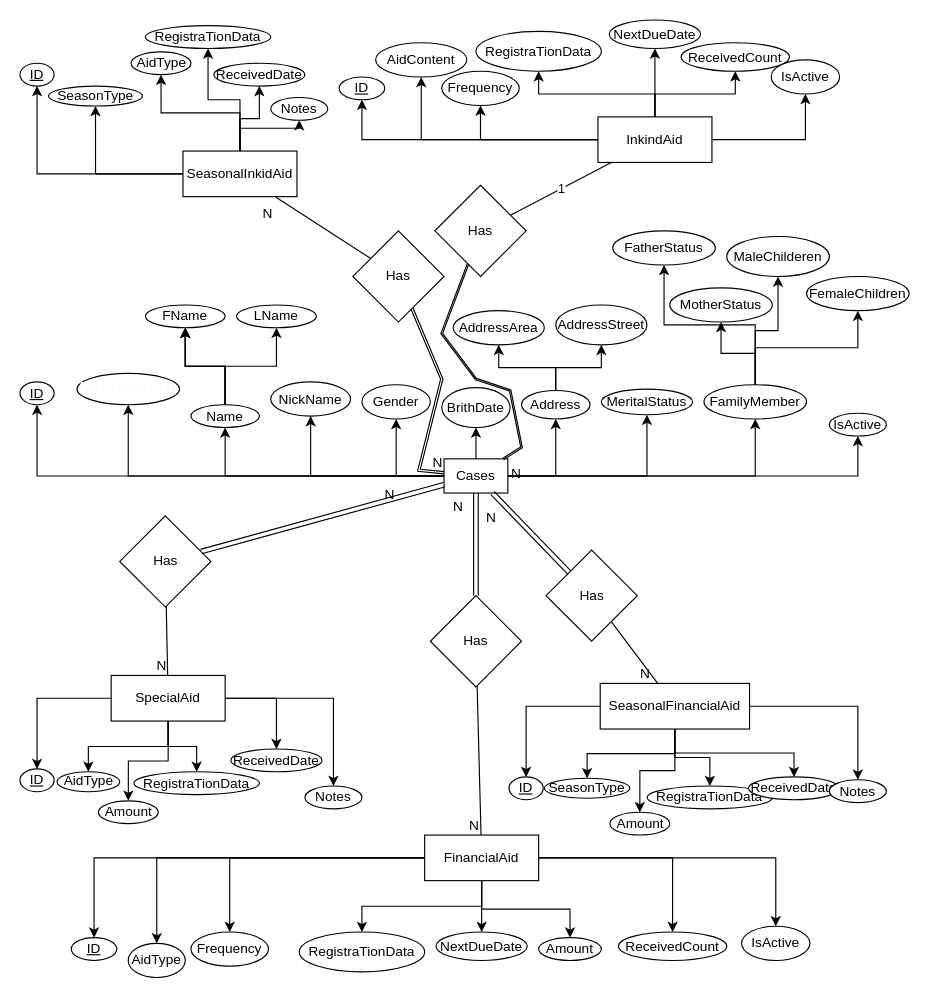
mohamedhany108/Ehsan keeps this draw.io diagram as DataBase/ERD.drawio. Above is the earlier version. Source tidied: cells renumbered, new cells numbered last; positions are measured from the earlier drawing's top-left corner, leaving out a move shared by most shapes. Both pictures are drawn from the tidied source at 114%, with x=0, y=0 at pixel (19, 19).
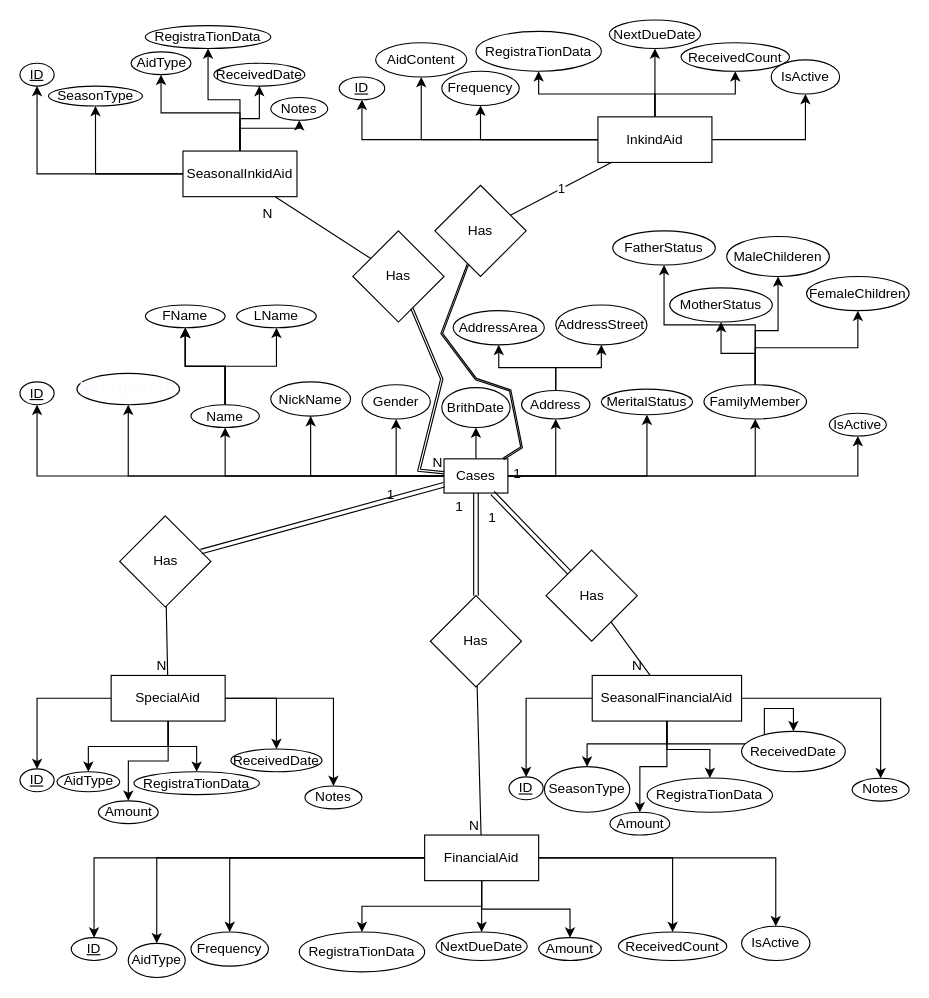
Above is the later version.

Commit message (it also covers changes not shown here):
half ending mapping with Ahmed 2220037

Unchanged cells that the change refers to:
```xml
<mxCell id="59" style="shape=link;html=1;rounded=0;" parent="1" edge="1" source="58" target="12">
  <mxGeometry relative="1" as="geometry" />
</mxCell>
<mxCell id="79" style="shape=link;html=1;rounded=0;width=1.333333333333334;" parent="1" edge="1" source="78" target="12">
  <mxGeometry relative="1" as="geometry">
    <Array as="points">
      <mxPoint x="370" y="275" />
      <mxPoint x="400" y="315" />
      <mxPoint x="430" y="325" />
      <mxPoint x="440" y="375" />
    </Array>
  </mxGeometry>
</mxCell>
<mxCell id="96" style="shape=link;html=1;rounded=0;fontFamily=Helvetica;fontSize=12;fontColor=default;" parent="1" edge="1" source="95" target="12">
  <mxGeometry relative="1" as="geometry" />
</mxCell>
<mxCell id="114" style="shape=link;html=1;rounded=0;fontFamily=Helvetica;fontSize=12;fontColor=default;" parent="1" edge="1" source="113" target="12">
  <mxGeometry relative="1" as="geometry" />
</mxCell>
```

Diff of the diagram source:
```diff
@@
-    <mxCell id="60" value="N" style="html=1;whiteSpace=wrap;align=right;verticalAlign=bottom;" parent="59" vertex="1">
+    <mxCell id="60" value="1" style="html=1;whiteSpace=wrap;align=right;verticalAlign=bottom;" parent="59" vertex="1">
       <mxGeometry x="1" relative="1" as="geometry">
         <mxPoint x="-10" y="20" as="offset" />
       </mxGeometry>
     </mxCell>
@@
-    <mxCell id="80" value="N" style="html=1;whiteSpace=wrap;align=right;verticalAlign=bottom;" parent="79" vertex="1">
+    <mxCell id="80" value="1" style="html=1;whiteSpace=wrap;align=right;verticalAlign=bottom;" parent="79" vertex="1">
       <mxGeometry x="1" relative="1" as="geometry">
         <mxPoint x="17" y="21" as="offset" />
       </mxGeometry>
     </mxCell>
@@
-    <mxCell id="97" value="N" style="html=1;whiteSpace=wrap;align=right;verticalAlign=bottom;rounded=0;strokeColor=default;fontFamily=Helvetica;fontSize=12;fontColor=default;fillColor=default;" parent="96" vertex="1">
+    <mxCell id="97" value="1" style="html=1;whiteSpace=wrap;align=right;verticalAlign=bottom;rounded=0;strokeColor=default;fontFamily=Helvetica;fontSize=12;fontColor=default;fillColor=default;" parent="96" vertex="1">
       <mxGeometry x="1" relative="1" as="geometry">
         <mxPoint x="-42" y="17" as="offset" />
       </mxGeometry>
     </mxCell>
@@
     <mxCell id="106" value="SeasonalFinancialAid" style="whiteSpace=wrap;html=1;align=center;" parent="1" vertex="1">
-      <mxGeometry x="509" y="582" width="131" height="40" as="geometry" />
+      <mxGeometry x="502" y="575" width="131" height="40" as="geometry" />
     </mxCell>
@@
     <mxCell id="108" value="SeasonType" style="ellipse;whiteSpace=wrap;html=1;rounded=0;strokeColor=default;align=center;verticalAlign=middle;fontFamily=Helvetica;fontSize=12;fontColor=default;fillColor=default;" parent="1" vertex="1">
-      <mxGeometry x="460" y="665.2" width="75" height="17.5" as="geometry" />
+      <mxGeometry x="460" y="655" width="75" height="40" as="geometry" />
     </mxCell>
@@
     <mxCell id="110" value="RegistraTionData" style="ellipse;whiteSpace=wrap;html=1;" parent="1" vertex="1">
-      <mxGeometry x="550.2" y="672" width="110" height="20" as="geometry" />
+      <mxGeometry x="550.2" y="665" width="110" height="30" as="geometry" />
     </mxCell>
     <mxCell id="111" value="ReceivedDate" style="ellipse;whiteSpace=wrap;html=1;" parent="1" vertex="1">
-      <mxGeometry x="639" y="664" width="80" height="20" as="geometry" />
+      <mxGeometry x="633" y="624" width="91" height="35.5" as="geometry" />
     </mxCell>
     <mxCell id="112" value="Notes" style="ellipse;whiteSpace=wrap;html=1;" parent="1" vertex="1">
-      <mxGeometry x="710" y="666.5" width="50" height="20" as="geometry" />
+      <mxGeometry x="730" y="665.2" width="50" height="20" as="geometry" />
     </mxCell>
@@
-    <mxCell id="115" value="N" style="html=1;whiteSpace=wrap;align=right;verticalAlign=bottom;rounded=0;strokeColor=default;fontFamily=Helvetica;fontSize=12;fontColor=default;fillColor=default;" parent="114" vertex="1">
+    <mxCell id="115" value="1" style="html=1;whiteSpace=wrap;align=right;verticalAlign=bottom;rounded=0;strokeColor=default;fontFamily=Helvetica;fontSize=12;fontColor=default;fillColor=default;" parent="114" vertex="1">
       <mxGeometry x="1" relative="1" as="geometry">
         <mxPoint x="5" y="30" as="offset" />
       </mxGeometry>
     </mxCell>
```
